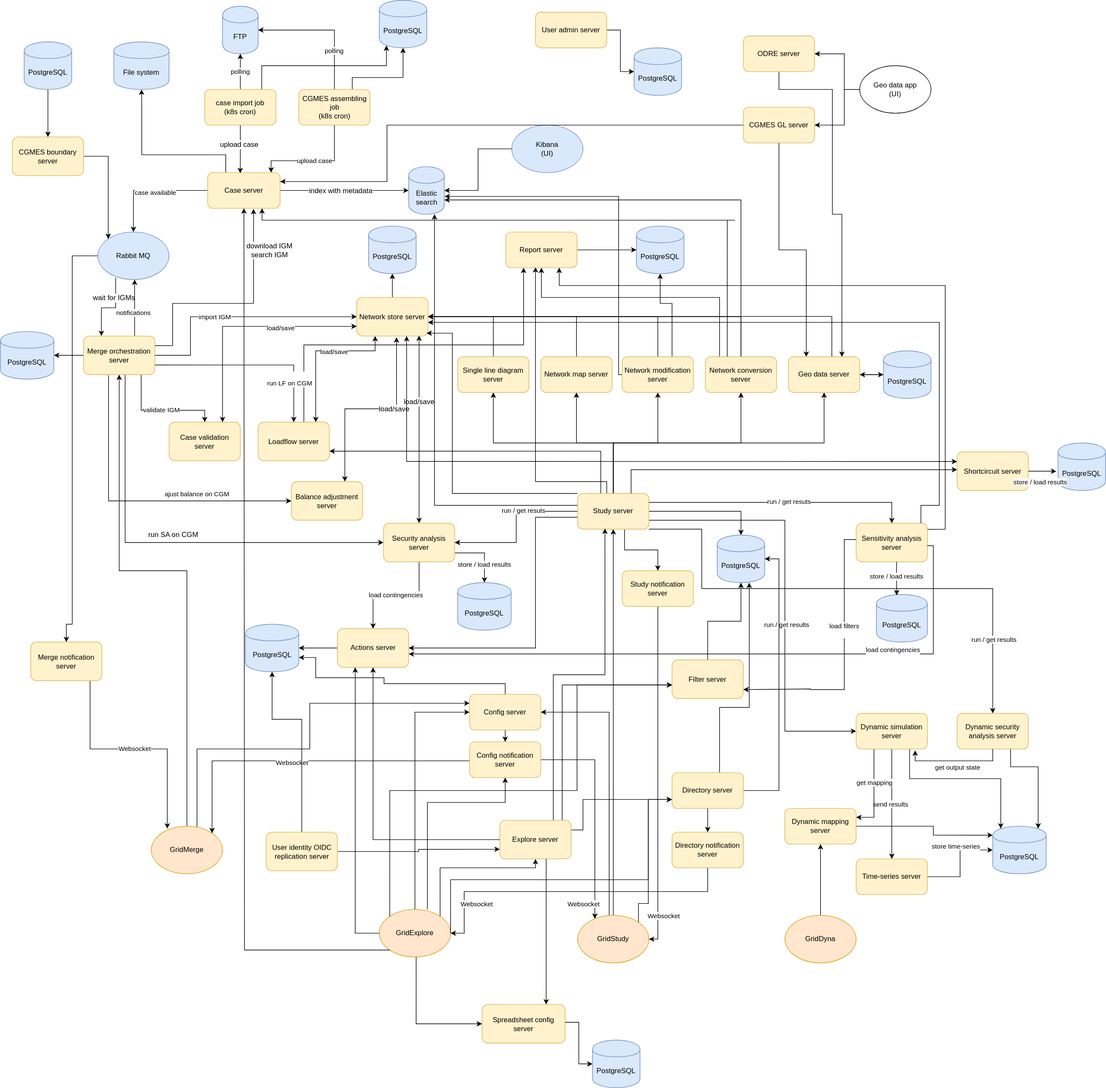
The draw.io diagram diagrams/gridsuite_architecture.svg in gridsuite/documentation, before a commit. Source tidied: cells renumbered, new cells last; positions are measured from the earlier drawing's top-left corner, leaving out a move shared by most shapes.
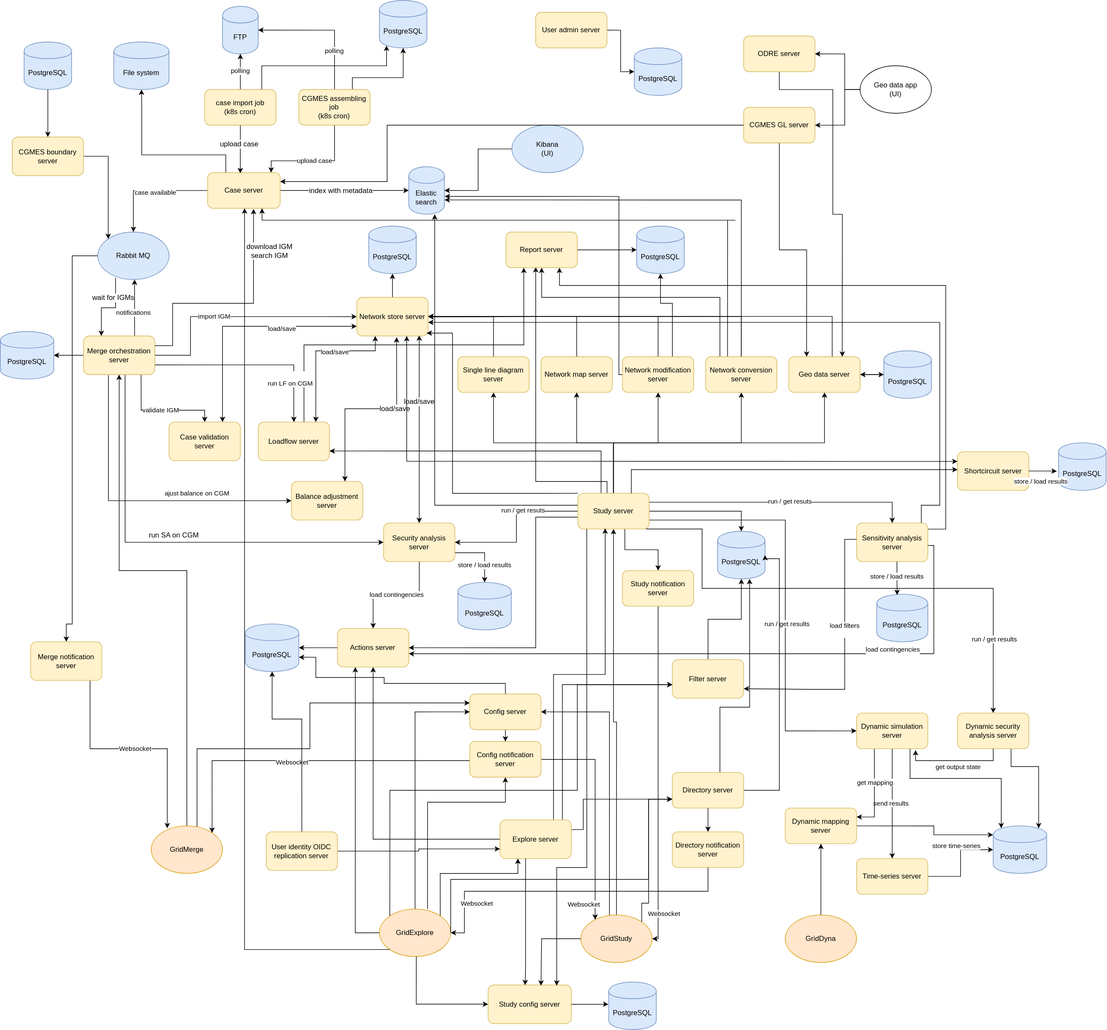
Above is the later version.

Commit message:
Rename spreadsheet-config-server into study-config-server (#18)

* rename spreadsheet-config-server

* restore valid drawio file from commit db17, and remove arrow again

* update with study-config server

What changed in the source:
```diff
@@ -356,9 +356,10 @@
     <mxCell id="77" value="&lt;div&gt;run / get results&lt;/div&gt;" style="edgeLabel;html=1;align=center;verticalAlign=middle;" parent="76" vertex="1">
       <mxGeometry x="0.15" y="2" relative="1" as="geometry" />
     </mxCell>
-    <mxCell id="78" style="edgeStyle=orthogonalEdgeStyle;rounded=0;jettySize=auto;html=1;exitX=1;exitY=1;exitDx=0;exitDy=0;entryX=0.5;entryY=0;entryDx=0;entryDy=0;" parent="1" edge="1" source="80" target="194">
+    <mxCell id="78" style="edgeStyle=orthogonalEdgeStyle;rounded=0;jettySize=auto;html=1;exitX=0.966;exitY=0.904;exitDx=0;exitDy=0;entryX=0.5;entryY=0;entryDx=0;entryDy=0;exitPerimeter=0;" parent="1" edge="1" source="80" target="194">
       <mxGeometry relative="1" as="geometry">
         <Array as="points">
+          <mxPoint x="1088" y="890" />
           <mxPoint x="1181" y="890" />
           <mxPoint x="1181" y="990" />
           <mxPoint x="1671" y="990" />
@@ -535,7 +536,7 @@
       <mxGeometry relative="1" as="geometry" />
     </mxCell>
     <mxCell id="114" value="GridStudy" style="ellipse;whiteSpace=wrap;html=1;fillColor=#ffe6cc;strokeColor=#d79b00;" parent="1" vertex="1">
-      <mxGeometry x="972" y="1540" width="120" height="80" as="geometry" />
+      <mxGeometry x="977" y="1540" width="120" height="80" as="geometry" />
     </mxCell>
     <mxCell id="115" value="PostgreSQL" style="shape=cylinder;whiteSpace=wrap;html=1;boundedLbl=1;backgroundOutline=1;fillColor=#dae8fc;strokeColor=#6c8ebf;" parent="1" vertex="1">
       <mxGeometry x="770" y="980" width="90" height="80" as="geometry" />
@@ -575,8 +576,8 @@
     <mxCell id="122" style="edgeStyle=orthogonalEdgeStyle;rounded=0;jettySize=auto;html=1;exitX=1;exitY=0;exitDx=0;exitDy=0;" parent="1" edge="1" source="124" target="149">
       <mxGeometry relative="1" as="geometry">
         <Array as="points">
-          <mxPoint x="740" y="1460" />
-          <mxPoint x="901" y="1460" />
+          <mxPoint x="740" y="1470" />
+          <mxPoint x="871" y="1470" />
         </Array>
       </mxGeometry>
     </mxCell>
@@ -587,7 +588,7 @@
       <mxGeometry x="638" y="1530" width="120" height="80" as="geometry" />
     </mxCell>
     <mxCell id="125" value="PostgreSQL" style="shape=cylinder;whiteSpace=wrap;html=1;boundedLbl=1;backgroundOutline=1;fillColor=#dae8fc;strokeColor=#6c8ebf;" parent="1" vertex="1">
-      <mxGeometry x="1207" y="900" width="80" height="80" as="geometry" />
+      <mxGeometry x="1207" y="894" width="80" height="80" as="geometry" />
     </mxCell>
     <mxCell id="126" style="edgeStyle=orthogonalEdgeStyle;rounded=0;jettySize=auto;html=1;" parent="1" edge="1" source="127" target="125">
       <mxGeometry relative="1" as="geometry" />
@@ -738,7 +739,7 @@
     <mxCell id="158" style="endArrow=classic;html=1;rounded=0;exitX=1;exitY=0;exitDx=0;exitDy=0;edgeStyle=orthogonalEdgeStyle;elbow=vertical;entryX=0;entryY=0.75;entryDx=0;entryDy=0;" parent="1" edge="1" source="114" target="135">
       <mxGeometry relative="1" as="geometry">
         <Array as="points">
-          <mxPoint x="1074" y="1520" />
+          <mxPoint x="1079" y="1520" />
           <mxPoint x="1091" y="1520" />
           <mxPoint x="1091" y="1345" />
         </Array>
@@ -923,27 +924,26 @@
         <mxPoint y="1" as="offset" />
       </mxGeometry>
     </mxCell>
-    <mxCell id="188" value="Spreadsheet config server" style="rounded=1;whiteSpace=wrap;html=1;fillColor=#fff2cc;strokeColor=#d6b656;" parent="1" vertex="1">
-      <mxGeometry x="811" y="1690" width="140" height="65" as="geometry" />
+    <mxCell id="188" value="Study config server" style="rounded=1;whiteSpace=wrap;html=1;fillColor=#fff2cc;strokeColor=#d6b656;" parent="1" vertex="1">
+      <mxGeometry x="821" y="1658" width="140" height="65" as="geometry" />
     </mxCell>
-    <mxCell id="189" style="edgeStyle=orthogonalEdgeStyle;rounded=0;jettySize=auto;html=1;exitX=1;exitY=0.5;exitDx=0;exitDy=0;entryX=0;entryY=0.5;entryDx=0;entryDy=0;" parent="1" edge="1" target="190">
+    <mxCell id="189" style="edgeStyle=orthogonalEdgeStyle;rounded=0;jettySize=auto;html=1;exitX=1;exitY=0.5;exitDx=0;exitDy=0;entryX=-0.007;entryY=0.471;entryDx=0;entryDy=0;entryPerimeter=0;" parent="1" edge="1" source="188" target="190">
       <mxGeometry relative="1" as="geometry">
-        <mxPoint x="951" y="1720" as="sourcePoint" />
         <Array as="points">
-          <mxPoint x="974" y="1720" />
-          <mxPoint x="974" y="1790" />
+          <mxPoint x="1020" y="1691" />
         </Array>
       </mxGeometry>
     </mxCell>
     <mxCell id="190" value="PostgreSQL" style="shape=cylinder;whiteSpace=wrap;html=1;boundedLbl=1;backgroundOutline=1;fillColor=#dae8fc;strokeColor=#6c8ebf;" parent="1" vertex="1">
-      <mxGeometry x="997" y="1750" width="80" height="80" as="geometry" />
+      <mxGeometry x="1024" y="1653" width="80" height="80" as="geometry" />
     </mxCell>
-    <mxCell id="191" style="edgeStyle=orthogonalEdgeStyle;rounded=0;jettySize=auto;html=1;exitX=0.667;exitY=1.077;exitDx=0;exitDy=0;exitPerimeter=0;" parent="1" edge="1" target="188">
+    <mxCell id="191" style="edgeStyle=orthogonalEdgeStyle;rounded=0;orthogonalLoop=1;jettySize=auto;html=1;exitX=0.667;exitY=1.077;exitDx=0;exitDy=0;exitPerimeter=0;entryX=0.573;entryY=0.003;entryDx=0;entryDy=0;entryPerimeter=0;" parent="1" edge="1">
       <mxGeometry relative="1" as="geometry">
-        <mxPoint x="919" y="1445" as="sourcePoint" />
+        <mxPoint x="884" y="1445" as="sourcePoint" />
+        <mxPoint x="883.2" y="1658.2" as="targetPoint" />
         <Array as="points">
-          <mxPoint x="919" y="1630" />
-          <mxPoint x="919" y="1630" />
+          <mxPoint x="884" y="1630" />
+          <mxPoint x="883" y="1630" />
         </Array>
       </mxGeometry>
     </mxCell>
@@ -951,7 +951,8 @@
       <mxGeometry relative="1" as="geometry">
         <mxPoint x="700" y="1610" as="sourcePoint" />
         <Array as="points">
-          <mxPoint x="700" y="1723" />
+          <mxPoint x="700" y="1690" />
+          <mxPoint x="811" y="1690" />
         </Array>
       </mxGeometry>
     </mxCell>
@@ -1007,5 +1008,22 @@
     <mxCell id="203" value="User identity OIDC replication server" style="rounded=1;whiteSpace=wrap;html=1;fillColor=#fff2cc;strokeColor=#d6b656;" parent="1" vertex="1">
       <mxGeometry x="447.5" y="1400" width="120" height="65" as="geometry" />
     </mxCell>
+    <mxCell id="204" style="endArrow=classic;html=1;rounded=0;entryX=0.635;entryY=0.016;entryDx=0;entryDy=0;entryPerimeter=0;exitX=0;exitY=0.5;exitDx=0;exitDy=0;" parent="1" edge="1" source="114" target="188">
+      <mxGeometry relative="1" as="geometry">
+        <Array as="points">
+          <mxPoint x="911" y="1580" />
+        </Array>
+      </mxGeometry>
+    </mxCell>
+    <mxCell id="205" style="edgeStyle=orthogonalEdgeStyle;rounded=0;orthogonalLoop=1;jettySize=auto;html=1;entryX=0.853;entryY=0.015;entryDx=0;entryDy=0;entryPerimeter=0;" parent="1" edge="1">
+      <mxGeometry relative="1" as="geometry">
+        <mxPoint x="987" y="890" as="sourcePoint" />
+        <mxPoint x="936.4" y="1659" as="targetPoint" />
+        <Array as="points">
+          <mxPoint x="987" y="1460" />
+          <mxPoint x="936" y="1460" />
+        </Array>
+      </mxGeometry>
+    </mxCell>
   </root>
 </mxGraphModel>
```
